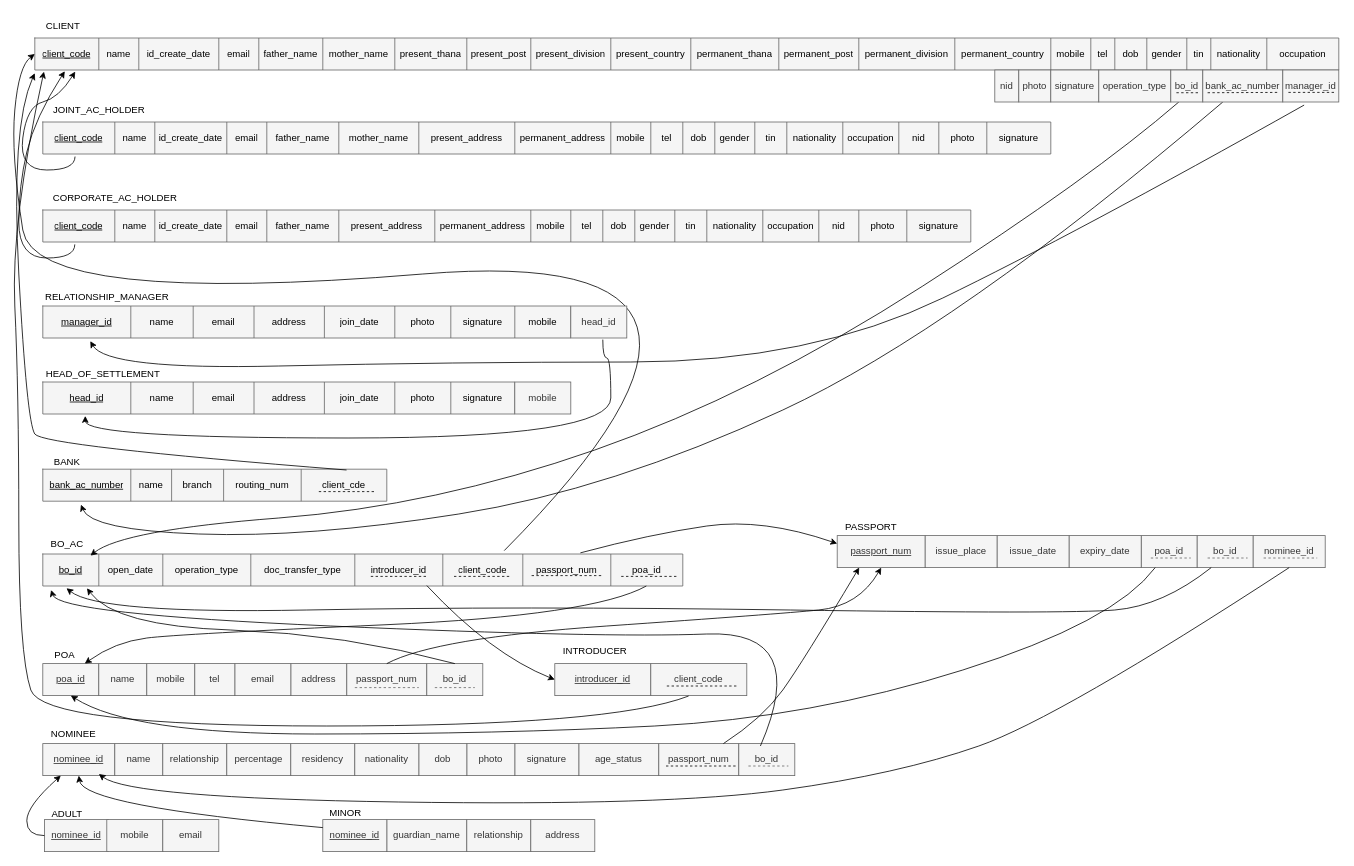
Above: report/schema.drawio in MohaiminAlif/LankabanglaUniProject (draw.io), before the change. Source tidied: cells renumbered, new cells numbered last; positions are measured from the earlier drawing's top-left corner, leaving out a move shared by most shapes. Both pictures are drawn from the tidied source at 80%, with x=0, y=0 at pixel (10, 14).
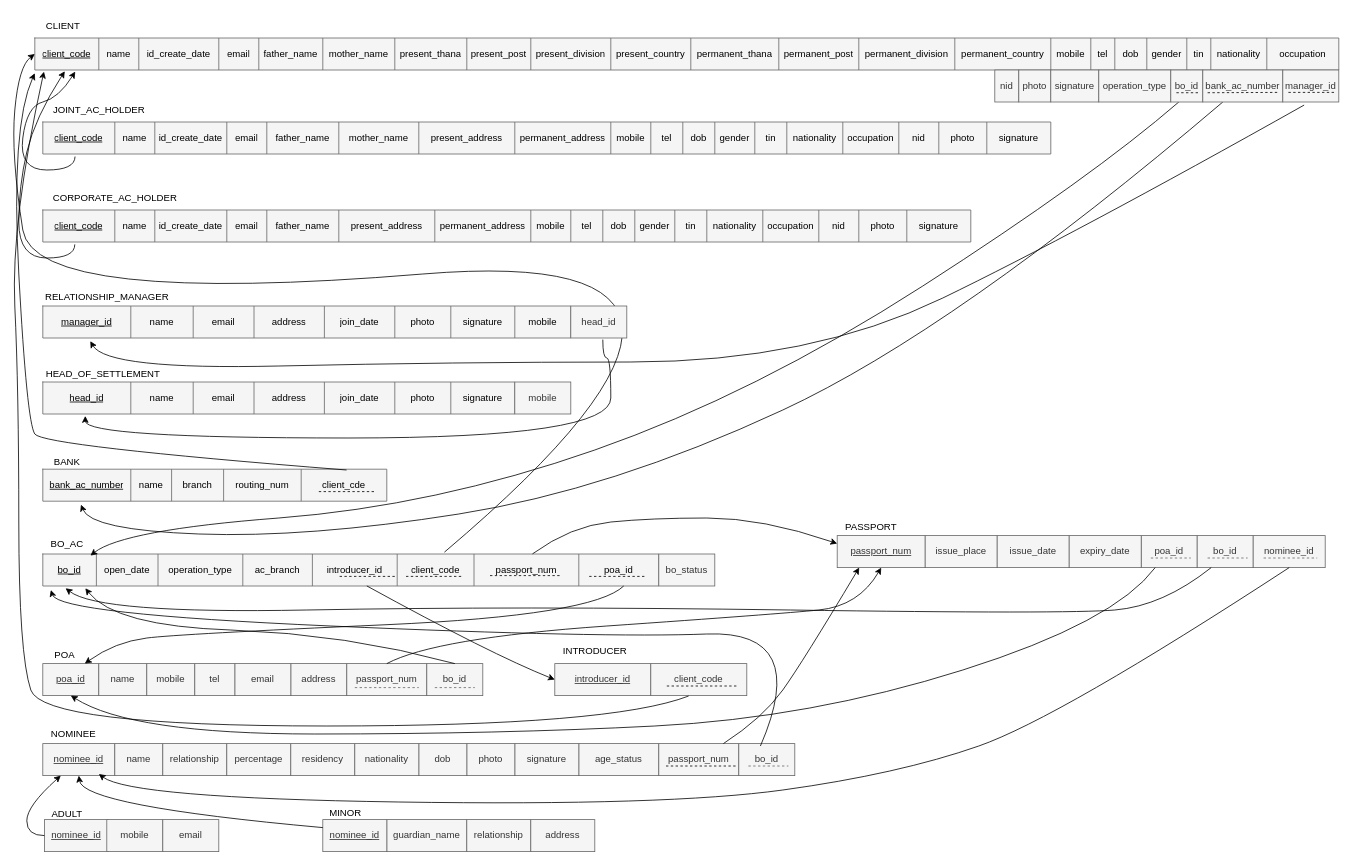
Above is the later version.

Unchanged cells that the change refers to:
```xml
<mxCell id="3" style="shape=tableRow;horizontal=0;startSize=0;swimlaneHead=0;swimlaneBody=0;strokeColor=inherit;top=0;left=0;bottom=0;right=0;fillColor=none;points=[[0,0.5],[1,0.5]];portConstraint=eastwest;" parent="2" vertex="1">
  <mxGeometry width="1630" height="40" as="geometry" />
</mxCell>
<mxCell id="123" value="&lt;u&gt;introducer_id&lt;/u&gt;" style="rounded=0;whiteSpace=wrap;html=1;fillColor=#f5f5f5;fontColor=#333333;strokeColor=#666666;" parent="1" vertex="1">
  <mxGeometry x="680" y="812" width="120" height="40" as="geometry" />
</mxCell>
<mxCell id="138" value="&lt;u&gt;passport_num&lt;/u&gt;" style="rounded=0;whiteSpace=wrap;html=1;fillColor=#f5f5f5;fontColor=#333333;strokeColor=#666666;" parent="1" vertex="1">
  <mxGeometry x="1033" y="652" width="110" height="40" as="geometry" />
</mxCell>
```

The edit, as a diff of the source:
```diff
@@
     <mxCell id="102" style="shape=table;startSize=0;childLayout=tableLayout;fillColor=#f5f5f5;fontColor=#333333;strokeColor=#666666;" parent="1" vertex="1">
-      <mxGeometry x="40" y="675" width="800" height="40" as="geometry" />
+      <mxGeometry x="40" y="675" width="770" height="40" as="geometry" />
     </mxCell>
     <mxCell id="103" style="shape=tableRow;horizontal=0;startSize=0;swimlaneHead=0;swimlaneBody=0;strokeColor=inherit;top=0;left=0;bottom=0;right=0;fillColor=none;points=[[0,0.5],[1,0.5]];portConstraint=eastwest;" parent="102" vertex="1">
-      <mxGeometry width="800" height="40" as="geometry" />
+      <mxGeometry width="770" height="40" as="geometry" />
     </mxCell>
     <mxCell id="104" value="&lt;u&gt;bo_id&lt;/u&gt;" style="shape=partialRectangle;html=1;whiteSpace=wrap;strokeColor=inherit;overflow=hidden;fillColor=none;top=0;left=0;bottom=0;right=0;" parent="103" vertex="1">
-      <mxGeometry width="70" height="40" as="geometry" />
+      <mxGeometry width="67" height="40" as="geometry" />
     </mxCell>
     <mxCell id="105" value="open_date" style="shape=partialRectangle;html=1;whiteSpace=wrap;strokeColor=inherit;overflow=hidden;fillColor=none;top=0;left=0;bottom=0;right=0;" parent="103" vertex="1">
-      <mxGeometry x="70" width="80" height="40" as="geometry" />
+      <mxGeometry x="67" width="77" height="40" as="geometry" />
     </mxCell>
     <mxCell id="106" value="operation_type" style="shape=partialRectangle;html=1;whiteSpace=wrap;strokeColor=inherit;overflow=hidden;fillColor=none;top=0;left=0;bottom=0;right=0;" parent="103" vertex="1">
-      <mxGeometry x="150" width="110" height="40" as="geometry" />
+      <mxGeometry x="144" width="106" height="40" as="geometry" />
     </mxCell>
-    <mxCell id="107" value="doc_transfer_type" style="shape=partialRectangle;html=1;whiteSpace=wrap;strokeColor=inherit;overflow=hidden;fillColor=none;top=0;left=0;bottom=0;right=0;" parent="103" vertex="1">
-      <mxGeometry x="260" width="130" height="40" as="geometry" />
+    <mxCell id="107" value="ac_branch" style="shape=partialRectangle;html=1;whiteSpace=wrap;strokeColor=inherit;overflow=hidden;fillColor=none;top=0;left=0;bottom=0;right=0;" parent="103" vertex="1">
+      <mxGeometry x="250" width="87" height="40" as="geometry" />
     </mxCell>
     <mxCell id="108" value="introducer_id" style="shape=partialRectangle;html=1;whiteSpace=wrap;strokeColor=inherit;overflow=hidden;fillColor=none;top=0;left=0;bottom=0;right=0;" parent="103" vertex="1">
-      <mxGeometry x="390" width="110" height="40" as="geometry" />
+      <mxGeometry x="337" width="106" height="40" as="geometry" />
     </mxCell>
     <mxCell id="109" value="client_code" style="shape=partialRectangle;html=1;whiteSpace=wrap;strokeColor=inherit;overflow=hidden;fillColor=none;top=0;left=0;bottom=0;right=0;" parent="103" vertex="1">
-      <mxGeometry x="500" width="100" height="40" as="geometry" />
+      <mxGeometry x="443" width="96" height="40" as="geometry" />
     </mxCell>
     <mxCell id="110" value="passport_num" style="shape=partialRectangle;html=1;whiteSpace=wrap;strokeColor=inherit;overflow=hidden;fillColor=none;top=0;left=0;bottom=0;right=0;" parent="103" vertex="1">
-      <mxGeometry x="600" width="110" height="40" as="geometry" />
+      <mxGeometry x="539" width="131" height="40" as="geometry" />
     </mxCell>
     <mxCell id="111" value="poa_id" style="shape=partialRectangle;html=1;whiteSpace=wrap;strokeColor=inherit;overflow=hidden;fillColor=none;top=0;left=0;bottom=0;right=0;" parent="103" vertex="1">
-      <mxGeometry x="710" width="90" height="40" as="geometry" />
+      <mxGeometry x="670" width="100" height="40" as="geometry" />
     </mxCell>
@@
     <mxCell id="113" style="endArrow=none;dashed=1;html=1;rounded=0;" parent="1" edge="1">
       <mxGeometry relative="1" as="geometry">
-        <mxPoint x="450" y="703" as="sourcePoint" />
-        <mxPoint x="520" y="703" as="targetPoint" />
+        <mxPoint x="411" y="703" as="sourcePoint" />
+        <mxPoint x="481" y="703" as="targetPoint" />
       </mxGeometry>
     </mxCell>
     <mxCell id="114" style="endArrow=none;dashed=1;html=1;rounded=0;" parent="1" edge="1">
       <mxGeometry relative="1" as="geometry">
-        <mxPoint x="554" y="703" as="sourcePoint" />
-        <mxPoint x="624" y="703" as="targetPoint" />
+        <mxPoint x="494" y="703" as="sourcePoint" />
+        <mxPoint x="564" y="703" as="targetPoint" />
       </mxGeometry>
     </mxCell>
     <mxCell id="115" style="endArrow=none;dashed=1;html=1;rounded=0;" parent="1" edge="1">
       <mxGeometry relative="1" as="geometry">
-        <mxPoint x="651" y="702" as="sourcePoint" />
-        <mxPoint x="741" y="702" as="targetPoint" />
+        <mxPoint x="599" y="702" as="sourcePoint" />
+        <mxPoint x="689" y="702" as="targetPoint" />
       </mxGeometry>
     </mxCell>
     <mxCell id="116" style="endArrow=none;dashed=1;html=1;rounded=0;" parent="1" edge="1">
       <mxGeometry relative="1" as="geometry">
-        <mxPoint x="763" y="703" as="sourcePoint" />
-        <mxPoint x="833" y="703" as="targetPoint" />
+        <mxPoint x="723" y="703" as="sourcePoint" />
+        <mxPoint x="793" y="703" as="targetPoint" />
       </mxGeometry>
     </mxCell>
@@
-    <mxCell id="134" style="endArrow=classic;html=1;entryX=0;entryY=0.5;entryDx=0;entryDy=0;exitX=0.6;exitY=0.987;exitDx=0;exitDy=0;exitPerimeter=0;curved=1;" parent="1" edge="1" source="103" target="123">
+    <mxCell id="134" style="endArrow=classic;html=1;entryX=0;entryY=0.5;entryDx=0;entryDy=0;exitX=0.526;exitY=0.998;exitDx=0;exitDy=0;exitPerimeter=0;curved=1;" parent="1" edge="1" source="103" target="123">
       <mxGeometry relative="1" as="geometry">
         <Array as="points">
           <mxPoint x="600" y="800" />
         </Array>
       </mxGeometry>
     </mxCell>
-    <mxCell id="135" style="endArrow=classic;html=1;exitX=0.721;exitY=-0.106;exitDx=0;exitDy=0;exitPerimeter=0;entryX=0;entryY=0.5;entryDx=0;entryDy=0;curved=1;" parent="1" edge="1" source="103" target="3">
+    <mxCell id="135" style="endArrow=classic;html=1;exitX=0.652;exitY=-0.058;exitDx=0;exitDy=0;exitPerimeter=0;entryX=0;entryY=0.5;entryDx=0;entryDy=0;curved=1;" parent="1" edge="1" source="103" target="3">
       <mxGeometry relative="1" as="geometry">
         <Array as="points">
           <mxPoint x="1000" y="285" />
           <mxPoint x="30" y="365" />
           <mxPoint y="175" />
           <mxPoint x="10" y="65" />
         </Array>
       </mxGeometry>
     </mxCell>
@@
-    <mxCell id="171" style="endArrow=classic;html=1;exitX=0.84;exitY=-0.036;exitDx=0;exitDy=0;exitPerimeter=0;entryX=0;entryY=0.25;entryDx=0;entryDy=0;curved=1;" parent="1" edge="1" source="103" target="138">
+    <mxCell id="171" style="endArrow=classic;html=1;entryX=0;entryY=0.25;entryDx=0;entryDy=0;curved=1;exitX=0.795;exitY=-0.005;exitDx=0;exitDy=0;exitPerimeter=0;" parent="1" edge="1" source="103" target="138">
       <mxGeometry relative="1" as="geometry">
         <Array as="points">
-          <mxPoint x="800" y="650" />
+          <mxPoint x="700" y="640" />
+          <mxPoint x="800" y="630" />
           <mxPoint x="940" y="630" />
         </Array>
       </mxGeometry>
     </mxCell>
@@
+    <mxCell id="196" value="bo_status" style="rounded=0;whiteSpace=wrap;html=1;fillColor=#f5f5f5;fontColor=#333333;strokeColor=#666666;" parent="1" vertex="1">
+      <mxGeometry x="810" y="675" width="70" height="40" as="geometry" />
+    </mxCell>
```
